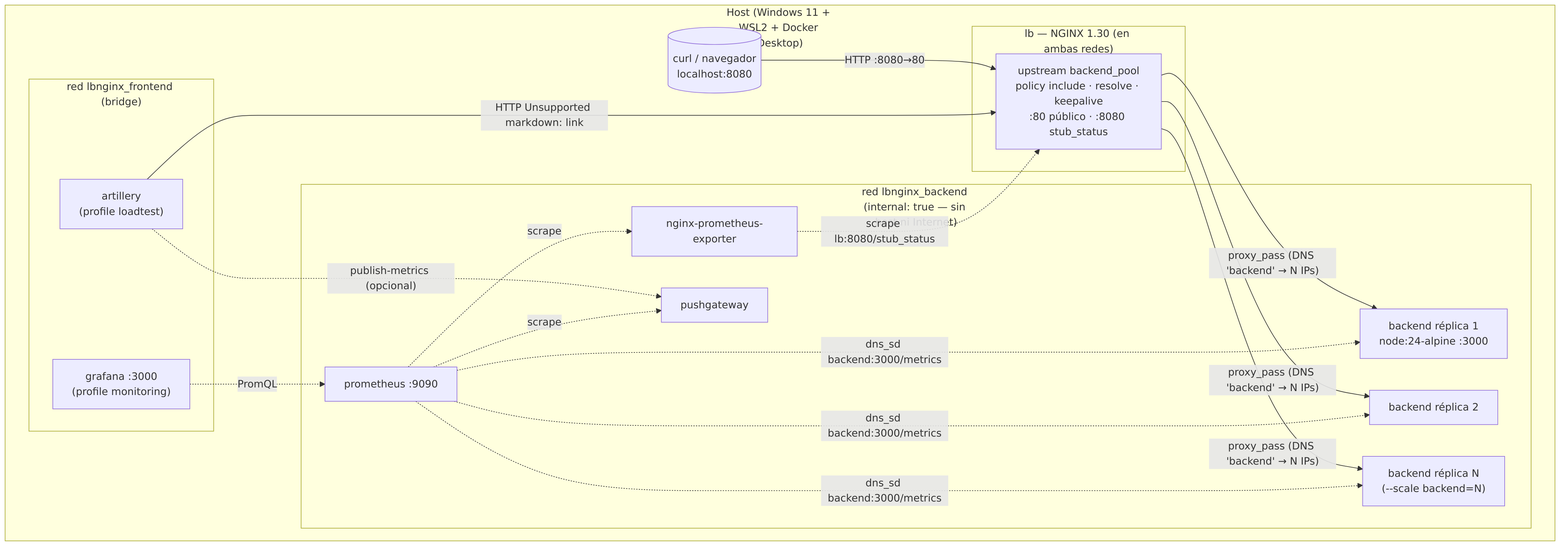
Before: docs/diagramas/arquitectura.png, a diagram exported from Mermaid (FabioJDev/lb-nginx-telematicos). Its source is kept beside it as docs/diagramas/arquitectura.mmd. The source it was exported from:
```mermaid
flowchart LR
    subgraph HOST["Host (Windows 11 + WSL2 + Docker Desktop)"]
        direction LR
        CLI[("curl / navegador<br/>localhost:8080")]
        subgraph FRONT["red lbnginx_frontend (bridge)"]
            ART["artillery<br/>(profile loadtest)"]
            GRAF["grafana :3000<br/>(profile monitoring)"]
        end
        subgraph LBN["lb — NGINX 1.30 (en ambas redes)"]
            NGX["upstream backend_pool<br/>policy include · resolve · keepalive<br/>:80 público · :8080 stub_status"]
        end
        subgraph BACK["red lbnginx_backend (internal: true — sin host ni Internet)"]
            B1["backend réplica 1<br/>node:24-alpine :3000"]
            B2["backend réplica 2"]
            B3["backend réplica N<br/>(--scale backend=N)"]
            EXP["nginx-prometheus-exporter"]
            PROM["prometheus :9090"]
            PUSH["pushgateway"]
        end
    end
    CLI -- "HTTP :8080→80" --> NGX
    ART -- "HTTP http://lb" --> NGX
    NGX -- "proxy_pass (DNS 'backend' → N IPs)" --> B1 & B2 & B3
    EXP -. "scrape lb:8080/stub_status" .-> NGX
    PROM -. "scrape" .-> EXP
    PROM -. "dns_sd backend:3000/metrics" .-> B1 & B2 & B3
    ART -. "publish-metrics (opcional)" .-> PUSH
    PROM -. "scrape" .-> PUSH
    GRAF -. "PromQL" .-> PROM
```
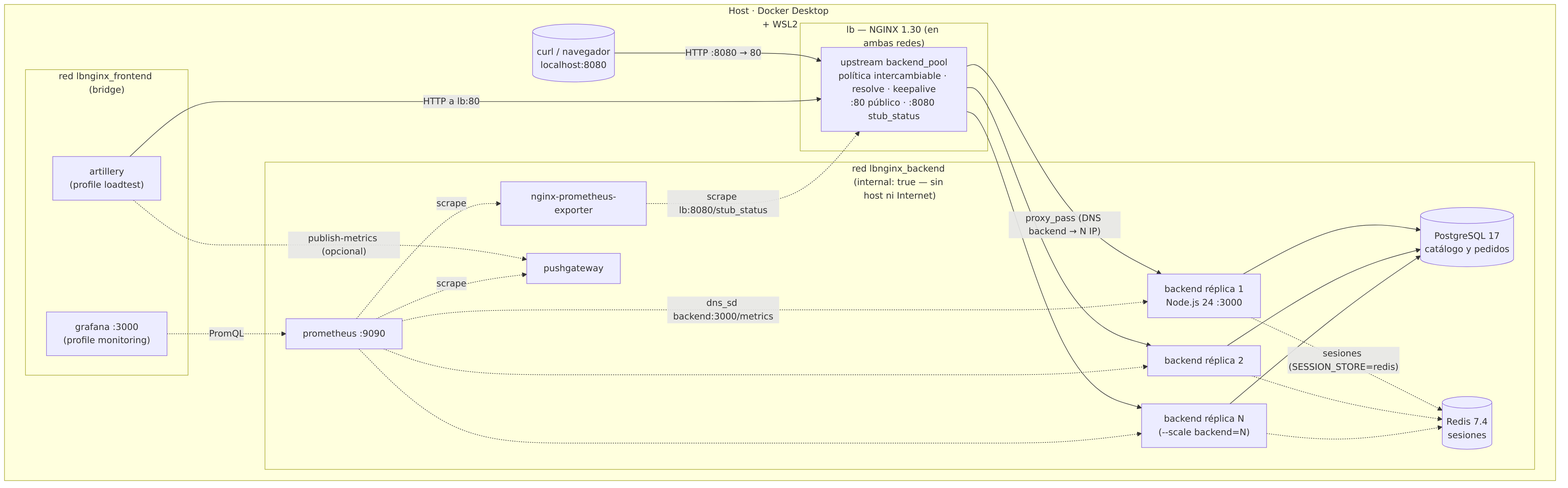
The same diagram one commit later.

Change to the diagram source:
```diff
@@ -1,5 +1,5 @@
 flowchart LR
-    subgraph HOST["Host (Windows 11 + WSL2 + Docker Desktop)"]
+    subgraph HOST["Host · Docker Desktop + WSL2"]
         direction LR
         CLI[("curl / navegador<br/>localhost:8080")]
         subgraph FRONT["red lbnginx_frontend (bridge)"]
@@ -7,23 +7,33 @@
             GRAF["grafana :3000<br/>(profile monitoring)"]
         end
         subgraph LBN["lb — NGINX 1.30 (en ambas redes)"]
-            NGX["upstream backend_pool<br/>policy include · resolve · keepalive<br/>:80 público · :8080 stub_status"]
+            NGX["upstream backend_pool<br/>política intercambiable · resolve · keepalive<br/>:80 público · :8080 stub_status"]
         end
         subgraph BACK["red lbnginx_backend (internal: true — sin host ni Internet)"]
-            B1["backend réplica 1<br/>node:24-alpine :3000"]
+            B1["backend réplica 1<br/>Node.js 24 :3000"]
             B2["backend réplica 2"]
             B3["backend réplica N<br/>(--scale backend=N)"]
+            PG[("PostgreSQL 17<br/>catálogo y pedidos")]
+            RD[("Redis 7.4<br/>sesiones")]
             EXP["nginx-prometheus-exporter"]
             PROM["prometheus :9090"]
             PUSH["pushgateway"]
         end
     end
-    CLI -- "HTTP :8080→80" --> NGX
-    ART -- "HTTP http://lb" --> NGX
-    NGX -- "proxy_pass (DNS 'backend' → N IPs)" --> B1 & B2 & B3
+    CLI -- "HTTP :8080 → 80" --> NGX
+    ART -- "HTTP a lb:80" --> NGX
+    NGX -- "proxy_pass (DNS backend → N IP)" --> B1
+    NGX --> B2
+    NGX --> B3
+    B1 & B2 & B3 --> PG
+    B1 -. "sesiones (SESSION_STORE=redis)" .-> RD
+    B2 -.-> RD
+    B3 -.-> RD
     EXP -. "scrape lb:8080/stub_status" .-> NGX
     PROM -. "scrape" .-> EXP
-    PROM -. "dns_sd backend:3000/metrics" .-> B1 & B2 & B3
+    PROM -. "dns_sd backend:3000/metrics" .-> B1
+    PROM -.-> B2
+    PROM -.-> B3
     ART -. "publish-metrics (opcional)" .-> PUSH
     PROM -. "scrape" .-> PUSH
     GRAF -. "PromQL" .-> PROM
```
